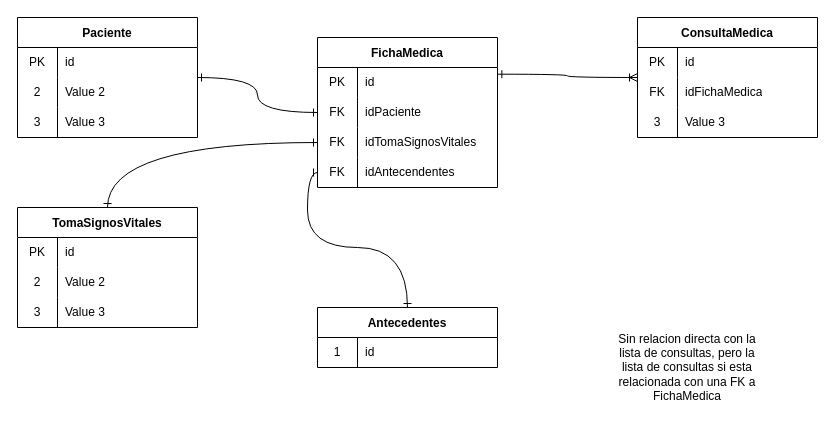
The draw.io diagram page "FichaMedica" (2 of 4) of src/main/resources/com/project/UI/views/protitypes/relationTables.drawio in kevinStevenLC/consulmed_system, before the edit. Source tidied: cells renumbered, new cells numbered last; positions are measured from the earlier drawing's top-left corner, leaving out a move shared by most shapes. Both pictures are drawn from the tidied source at 100%, with x=0, y=0 at pixel (17, 17).
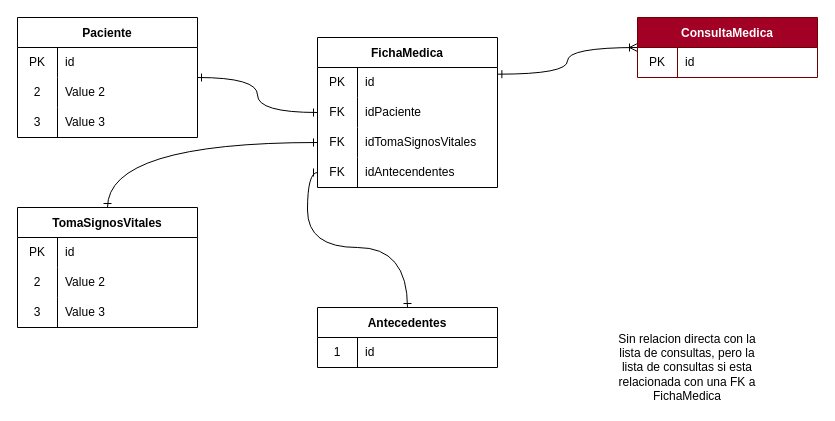
The same page after the edit.

The edit, as a diff of the source:
```diff
@@
-    <mxCell id="16" value="ConsultaMedica" style="shape=table;startSize=30;childLayout=tableLayout;rowLines=0;fontStyle=1;" parent="1" vertex="1">
-      <mxGeometry x="620" width="180" height="120" as="geometry" />
+    <mxCell id="16" value="ConsultaMedica" style="shape=table;startSize=30;childLayout=tableLayout;rowLines=0;fontStyle=1;fillColor=#a20025;fontColor=#ffffff;strokeColor=#6F0000;" parent="1" vertex="1">
+      <mxGeometry x="620" width="180" height="60" as="geometry" />
     </mxCell>
@@
-    <mxCell id="20" style="shape=tableRow;horizontal=0;startSize=0;swimlaneHead=0;swimlaneBody=0;top=0;left=0;bottom=0;right=0;fillColor=none;" parent="16" vertex="1">
-      <mxGeometry y="60" width="180" height="30" as="geometry" />
-    </mxCell>
-    <mxCell id="21" value="FK" style="shape=partialRectangle;html=1;whiteSpace=wrap;fillColor=none;top=0;left=0;bottom=0;right=0;overflow=hidden;" parent="20" vertex="1">
-      <mxGeometry width="40" height="30" as="geometry" />
-    </mxCell>
-    <mxCell id="22" value="idFichaMedica" style="shape=partialRectangle;html=1;whiteSpace=wrap;fillColor=none;top=0;left=0;bottom=0;right=0;align=left;spacingLeft=6;overflow=hidden;" parent="20" vertex="1">
-      <mxGeometry x="40" width="140" height="30" as="geometry" />
-    </mxCell>
-    <mxCell id="23" style="shape=tableRow;horizontal=0;startSize=0;swimlaneHead=0;swimlaneBody=0;top=0;left=0;bottom=0;right=0;fillColor=none;" parent="16" vertex="1">
-      <mxGeometry y="90" width="180" height="30" as="geometry" />
-    </mxCell>
-    <mxCell id="24" value="3" style="shape=partialRectangle;html=1;whiteSpace=wrap;fillColor=none;top=0;left=0;bottom=0;right=0;overflow=hidden;" parent="23" vertex="1">
-      <mxGeometry width="40" height="30" as="geometry" />
-    </mxCell>
-    <mxCell id="25" value="Value 3" style="shape=partialRectangle;html=1;whiteSpace=wrap;fillColor=none;top=0;left=0;bottom=0;right=0;align=left;spacingLeft=6;overflow=hidden;" parent="23" vertex="1">
-      <mxGeometry x="40" width="140" height="30" as="geometry" />
-    </mxCell>
```
